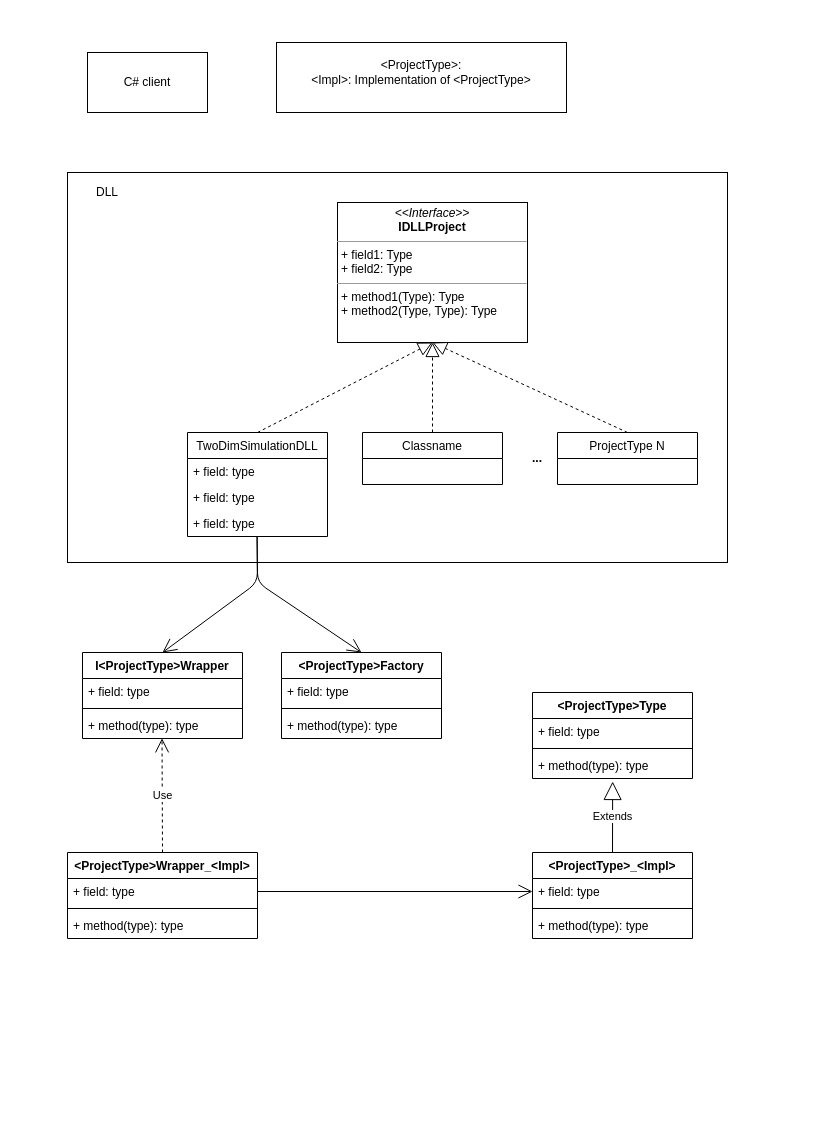
Above: Doc/UML/ClassDiagram/C++ProjectClassDiagram.drawio in cstainsby/ProjectWebApp (draw.io), before the change. Source tidied: cells renumbered, new cells numbered last; positions are measured from the earlier drawing's top-left corner, leaving out a move shared by most shapes. Both pictures are drawn from the tidied source at 100%, with x=0, y=0 at pixel (67, 42).
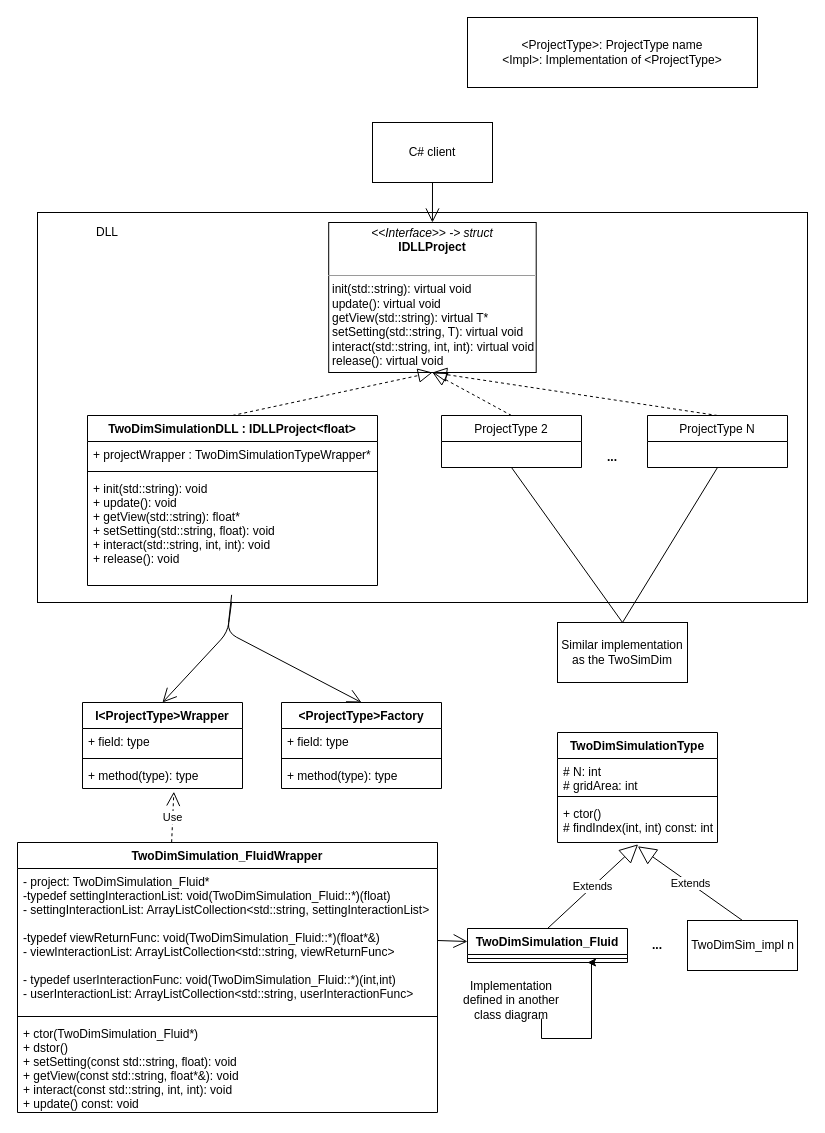
The same page after the edit.

The change refers to these unchanged cells:
```xml
<mxCell id="19" value="+ method(type): type" style="text;strokeColor=none;fillColor=none;align=left;verticalAlign=top;spacingLeft=4;spacingRight=4;overflow=hidden;points=[[0,0.5],[1,0.5]];portConstraint=eastwest;" parent="16" vertex="1">
  <mxGeometry y="60" width="160" height="26" as="geometry" />
</mxCell>
```

Change to the diagram source:
```diff
@@
     <mxCell id="2" value="C# client" style="rounded=0;whiteSpace=wrap;html=1;" parent="1" vertex="1">
-      <mxGeometry x="20" y="10" width="120" height="60" as="geometry" />
+      <mxGeometry x="305" y="80" width="120" height="60" as="geometry" />
     </mxCell>
     <mxCell id="3" style="rounded=0;whiteSpace=wrap;html=1;" parent="1" vertex="1">
-      <mxGeometry y="130" width="660" height="390" as="geometry" />
+      <mxGeometry x="-30" y="170" width="770" height="390" as="geometry" />
     </mxCell>
     <mxCell id="4" value="DLL" style="text;html=1;strokeColor=none;fillColor=none;align=center;verticalAlign=middle;whiteSpace=wrap;rounded=0;" parent="1" vertex="1">
-      <mxGeometry x="20" y="140" width="40" height="20" as="geometry" />
+      <mxGeometry x="20" y="180" width="40" height="20" as="geometry" />
     </mxCell>
-    <mxCell id="5" value="&lt;p style=&quot;margin: 0px ; margin-top: 4px ; text-align: center&quot;&gt;&lt;i&gt;&amp;lt;&amp;lt;Interface&amp;gt;&amp;gt;&lt;/i&gt;&lt;br&gt;&lt;b&gt;IDLLProject&lt;/b&gt;&lt;/p&gt;&lt;hr size=&quot;1&quot;&gt;&lt;p style=&quot;margin: 0px ; margin-left: 4px&quot;&gt;+ field1: Type&lt;br&gt;+ field2: Type&lt;/p&gt;&lt;hr size=&quot;1&quot;&gt;&lt;p style=&quot;margin: 0px ; margin-left: 4px&quot;&gt;+ method1(Type): Type&lt;br&gt;+ method2(Type, Type): Type&lt;/p&gt;" style="verticalAlign=top;align=left;overflow=fill;fontSize=12;fontFamily=Helvetica;html=1;" parent="1" vertex="1">
-      <mxGeometry x="270" y="160" width="190" height="140" as="geometry" />
+    <mxCell id="5" value="&lt;p style=&quot;margin: 0px ; margin-top: 4px ; text-align: center&quot;&gt;&lt;i&gt;&amp;lt;&amp;lt;Interface&amp;gt;&amp;gt; -&amp;gt; struct&lt;/i&gt;&lt;br&gt;&lt;b&gt;IDLLProject&lt;/b&gt;&lt;/p&gt;&lt;br&gt;&lt;hr size=&quot;1&quot;&gt;&lt;p style=&quot;margin: 0px ; margin-left: 4px&quot;&gt;init(std::string): virtual void&lt;br&gt;update(): virtual void&lt;/p&gt;&lt;p style=&quot;margin: 0px ; margin-left: 4px&quot;&gt;getView(std::string): virtual T*&lt;/p&gt;&lt;p style=&quot;margin: 0px ; margin-left: 4px&quot;&gt;setSetting(std::string, T): virtual void&lt;/p&gt;&lt;p style=&quot;margin: 0px ; margin-left: 4px&quot;&gt;interact(std::string, int, int): virtual void&lt;/p&gt;&lt;p style=&quot;margin: 0px ; margin-left: 4px&quot;&gt;release(): virtual void&lt;/p&gt;&lt;p style=&quot;margin: 0px ; margin-left: 4px&quot;&gt;&lt;br&gt;&lt;/p&gt;" style="verticalAlign=top;align=left;overflow=fill;fontSize=12;fontFamily=Helvetica;html=1;" parent="1" vertex="1">
+      <mxGeometry x="261.2" y="180" width="207.5" height="150" as="geometry" />
     </mxCell>
-    <mxCell id="6" value="TwoDimSimulationDLL" style="swimlane;fontStyle=0;horizontal=1;startSize=26;fillColor=none;" parent="1" vertex="1">
-      <mxGeometry x="120" y="390" width="140" height="104" as="geometry" />
-    </mxCell>
-    <mxCell id="7" value="+ field: type" style="text;strokeColor=none;fillColor=none;align=left;verticalAlign=top;spacingLeft=4;spacingRight=4;overflow=hidden;" parent="6" vertex="1">
-      <mxGeometry y="26" width="140" height="26" as="geometry" />
-    </mxCell>
-    <mxCell id="8" value="+ field: type" style="text;strokeColor=none;fillColor=none;align=left;verticalAlign=top;spacingLeft=4;spacingRight=4;overflow=hidden;" parent="6" vertex="1">
-      <mxGeometry y="52" width="140" height="26" as="geometry" />
-    </mxCell>
-    <mxCell id="9" value="+ field: type" style="text;strokeColor=none;fillColor=none;align=left;verticalAlign=top;spacingLeft=4;spacingRight=4;overflow=hidden;points=[[0,0.5],[1,0.5]];portConstraint=eastwest;" parent="6" vertex="1">
-      <mxGeometry y="78" width="140" height="26" as="geometry" />
-    </mxCell>
-    <mxCell id="10" style="endArrow=block;dashed=1;endFill=0;endSize=12;html=1;entryX=0.5;entryY=1;entryDx=0;entryDy=0;exitX=0.5;exitY=0;exitDx=0;exitDy=0;" parent="1" edge="1" source="6" target="5">
+    <mxCell id="10" style="endArrow=block;dashed=1;endFill=0;endSize=12;html=1;entryX=0.5;entryY=1;entryDx=0;entryDy=0;exitX=0.5;exitY=0;exitDx=0;exitDy=0;" parent="1" edge="1" source="47" target="5">
       <mxGeometry relative="1" as="geometry" />
     </mxCell>
-    <mxCell id="11" value="Classname" style="swimlane;fontStyle=0;horizontal=1;startSize=26;fillColor=none;" parent="1" vertex="1">
-      <mxGeometry x="295" y="390" width="140" height="52" as="geometry" />
+    <mxCell id="11" value="ProjectType 2" style="swimlane;fontStyle=0;horizontal=1;startSize=26;fillColor=none;" parent="1" vertex="1">
+      <mxGeometry x="374" y="373" width="140" height="52" as="geometry" />
     </mxCell>
     <mxCell id="12" value="ProjectType N" style="swimlane;fontStyle=0;horizontal=1;startSize=26;fillColor=none;" parent="1" vertex="1">
-      <mxGeometry x="490" y="390" width="140" height="52" as="geometry" />
+      <mxGeometry x="580" y="373" width="140" height="52" as="geometry" />
     </mxCell>
     <mxCell id="13" value="&lt;b&gt;...&lt;/b&gt;" style="text;html=1;strokeColor=none;fillColor=none;align=center;verticalAlign=middle;whiteSpace=wrap;rounded=0;" parent="1" vertex="1">
-      <mxGeometry x="450" y="406" width="40" height="20" as="geometry" />
+      <mxGeometry x="525" y="405" width="40" height="20" as="geometry" />
     </mxCell>
@@
     <mxCell id="16" value="I&lt;ProjectType&gt;Wrapper" style="swimlane;fontStyle=1;align=center;verticalAlign=top;horizontal=1;startSize=26;" parent="1" vertex="1">
-      <mxGeometry x="15" y="610" width="160" height="86" as="geometry" />
+      <mxGeometry x="15" y="660" width="160" height="86" as="geometry" />
     </mxCell>
@@
-    <mxCell id="20" value="&lt;ProjectType&gt;Wrapper_&lt;Impl&gt;" style="swimlane;fontStyle=1;align=center;verticalAlign=top;horizontal=1;startSize=26;" parent="1" vertex="1">
-      <mxGeometry y="810" width="190" height="86" as="geometry" />
+    <mxCell id="20" value="TwoDimSimulation_FluidWrapper" style="swimlane;fontStyle=1;align=center;verticalAlign=top;horizontal=1;startSize=26;" parent="1" vertex="1">
+      <mxGeometry x="-50" y="800" width="420" height="270" as="geometry" />
     </mxCell>
-    <mxCell id="21" value="+ field: type" style="text;strokeColor=none;fillColor=none;align=left;verticalAlign=top;spacingLeft=4;spacingRight=4;overflow=hidden;points=[[0,0.5],[1,0.5]];portConstraint=eastwest;" parent="20" vertex="1">
-      <mxGeometry y="26" width="190" height="26" as="geometry" />
+    <mxCell id="21" value="- project: TwoDimSimulation_Fluid*&#10;-typedef settingInteractionList: void(TwoDimSimulation_Fluid::*)(float)&#10;- settingInteractionList: ArrayListCollection&lt;std::string, settingInteractionList&gt;&#10;&#10;-typedef viewReturnFunc: void(TwoDimSimulation_Fluid::*)(float*&amp;)&#10;- viewInteractionList: ArrayListCollection&lt;std::string, viewReturnFunc&gt;&#10; &#10;- typedef userInteractionFunc: void(TwoDimSimulation_Fluid::*)(int,int)&#10;- userInteractionList: ArrayListCollection&lt;std::string, userInteractionFunc&gt;" style="text;strokeColor=none;fillColor=none;align=left;verticalAlign=top;spacingLeft=4;spacingRight=4;overflow=hidden;points=[[0,0.5],[1,0.5]];portConstraint=eastwest;" parent="20" vertex="1">
+      <mxGeometry y="26" width="420" height="144" as="geometry" />
     </mxCell>
     <mxCell id="22" style="line;strokeWidth=1;fillColor=none;align=left;verticalAlign=middle;spacingTop=-1;spacingLeft=3;spacingRight=3;labelPosition=right;" parent="20" vertex="1">
-      <mxGeometry y="52" width="190" height="8" as="geometry" />
+      <mxGeometry y="170" width="420" height="8" as="geometry" />
     </mxCell>
-    <mxCell id="23" value="+ method(type): type" style="text;strokeColor=none;fillColor=none;align=left;verticalAlign=top;spacingLeft=4;spacingRight=4;overflow=hidden;" parent="20" vertex="1">
-      <mxGeometry y="60" width="190" height="26" as="geometry" />
+    <mxCell id="23" value="+ ctor(TwoDimSimulation_Fluid*)&#10;+ dstor()&#10;+ setSetting(const std::string, float): void&#10;+ getView(const std::string, float*&amp;): void&#10;+ interact(const std::string, int, int): void&#10;+ update() const: void&#10;" style="text;strokeColor=none;fillColor=none;align=left;verticalAlign=top;spacingLeft=4;spacingRight=4;overflow=hidden;" parent="20" vertex="1">
+      <mxGeometry y="178" width="420" height="92" as="geometry" />
     </mxCell>
     <mxCell id="24" style="rounded=0;whiteSpace=wrap;html=1;" parent="1" vertex="1">
-      <mxGeometry x="209" width="290" height="70" as="geometry" />
+      <mxGeometry x="400" y="-25" width="290" height="70" as="geometry" />
     </mxCell>
-    <mxCell id="25" value="&amp;lt;ProjectType&amp;gt;:&lt;br&gt;&amp;lt;Impl&amp;gt;: Implementation of &amp;lt;ProjectType&amp;gt;" style="text;html=1;strokeColor=none;fillColor=none;align=center;verticalAlign=middle;whiteSpace=wrap;rounded=0;" parent="1" vertex="1">
-      <mxGeometry x="194" width="320" height="60" as="geometry" />
+    <mxCell id="25" value="&amp;lt;ProjectType&amp;gt;: ProjectType name&lt;br&gt;&amp;lt;Impl&amp;gt;: Implementation of &amp;lt;ProjectType&amp;gt;" style="text;html=1;strokeColor=none;fillColor=none;align=center;verticalAlign=middle;whiteSpace=wrap;rounded=0;" parent="1" vertex="1">
+      <mxGeometry x="385" y="-20" width="320" height="60" as="geometry" />
     </mxCell>
-    <mxCell id="26" value="&lt;ProjectType&gt;_&lt;Impl&gt;" style="swimlane;fontStyle=1;align=center;verticalAlign=top;horizontal=1;startSize=26;" parent="1" vertex="1">
-      <mxGeometry x="465" y="810" width="160" height="86" as="geometry" />
+    <mxCell id="26" value="TwoDimSimulation_Fluid" style="swimlane;fontStyle=1;align=center;verticalAlign=top;horizontal=1;startSize=26;" parent="1" vertex="1">
+      <mxGeometry x="400" y="886" width="160" height="34" as="geometry" />
     </mxCell>
-    <mxCell id="27" value="+ field: type" style="text;strokeColor=none;fillColor=none;align=left;verticalAlign=top;spacingLeft=4;spacingRight=4;overflow=hidden;points=[[0,0.5],[1,0.5]];portConstraint=eastwest;" parent="26" vertex="1">
-      <mxGeometry y="26" width="160" height="26" as="geometry" />
-    </mxCell>
     <mxCell id="28" style="line;strokeWidth=1;fillColor=none;align=left;verticalAlign=middle;spacingTop=-1;spacingLeft=3;spacingRight=3;labelPosition=right;" parent="26" vertex="1">
-      <mxGeometry y="52" width="160" height="8" as="geometry" />
+      <mxGeometry y="26" width="160" height="8" as="geometry" />
     </mxCell>
-    <mxCell id="29" value="+ method(type): type" style="text;strokeColor=none;fillColor=none;align=left;verticalAlign=top;spacingLeft=4;spacingRight=4;overflow=hidden;" parent="26" vertex="1">
-      <mxGeometry y="60" width="160" height="26" as="geometry" />
-    </mxCell>
     <mxCell id="30" value="&lt;ProjectType&gt;Factory" style="swimlane;fontStyle=1;align=center;verticalAlign=top;horizontal=1;startSize=26;" parent="1" vertex="1">
-      <mxGeometry x="214" y="610" width="160" height="86" as="geometry" />
+      <mxGeometry x="214" y="660" width="160" height="86" as="geometry" />
     </mxCell>
@@
-    <mxCell id="34" value="&lt;ProjectType&gt;Type" style="swimlane;fontStyle=1;align=center;verticalAlign=top;horizontal=1;startSize=26;" parent="1" vertex="1">
-      <mxGeometry x="465" y="650" width="160" height="86" as="geometry" />
+    <mxCell id="34" value="TwoDimSimulationType" style="swimlane;fontStyle=1;align=center;verticalAlign=top;horizontal=1;startSize=26;" parent="1" vertex="1">
+      <mxGeometry x="490" y="690" width="160" height="110" as="geometry" />
     </mxCell>
-    <mxCell id="35" value="+ field: type" style="text;strokeColor=none;fillColor=none;align=left;verticalAlign=top;spacingLeft=4;spacingRight=4;overflow=hidden;" parent="34" vertex="1">
-      <mxGeometry y="26" width="160" height="26" as="geometry" />
+    <mxCell id="35" value="# N: int&#10;# gridArea: int&#10;" style="text;strokeColor=none;fillColor=none;align=left;verticalAlign=top;spacingLeft=4;spacingRight=4;overflow=hidden;" parent="34" vertex="1">
+      <mxGeometry y="26" width="160" height="34" as="geometry" />
     </mxCell>
     <mxCell id="36" style="line;strokeWidth=1;fillColor=none;align=left;verticalAlign=middle;spacingTop=-1;spacingLeft=3;spacingRight=3;labelPosition=right;" parent="34" vertex="1">
-      <mxGeometry y="52" width="160" height="8" as="geometry" />
+      <mxGeometry y="60" width="160" height="8" as="geometry" />
     </mxCell>
-    <mxCell id="37" value="+ method(type): type" style="text;strokeColor=none;fillColor=none;align=left;verticalAlign=top;spacingLeft=4;spacingRight=4;overflow=hidden;points=[[0,0.5],[1,0.5]];portConstraint=eastwest;" parent="34" vertex="1">
-      <mxGeometry y="60" width="160" height="26" as="geometry" />
+    <mxCell id="37" value="+ ctor()&#10;# findIndex(int, int) const: int" style="text;strokeColor=none;fillColor=none;align=left;verticalAlign=top;spacingLeft=4;spacingRight=4;overflow=hidden;points=[[0,0.5],[1,0.5]];portConstraint=eastwest;" parent="34" vertex="1">
+      <mxGeometry y="68" width="160" height="42" as="geometry" />
     </mxCell>
-    <mxCell id="38" style="endArrow=open;endFill=1;endSize=12;html=1;exitX=0.497;exitY=1.008;exitDx=0;exitDy=0;exitPerimeter=0;entryX=0.5;entryY=0;entryDx=0;entryDy=0;" parent="1" edge="1" source="9" target="16">
+    <mxCell id="38" style="endArrow=open;endFill=1;endSize=12;html=1;exitX=0.497;exitY=1.146;exitDx=0;exitDy=0;exitPerimeter=0;entryX=0.5;entryY=0;entryDx=0;entryDy=0;" parent="1" edge="1" source="50" target="16">
       <mxGeometry relative="1" as="geometry">
         <Array as="points">
-          <mxPoint x="190" y="540" />
+          <mxPoint x="160" y="590" />
         </Array>
       </mxGeometry>
     </mxCell>
-    <mxCell id="39" style="endArrow=open;endFill=1;endSize=12;html=1;exitX=0.497;exitY=1.008;exitDx=0;exitDy=0;exitPerimeter=0;entryX=0.5;entryY=0;entryDx=0;entryDy=0;" parent="1" edge="1" source="9" target="30">
+    <mxCell id="39" style="endArrow=open;endFill=1;endSize=12;html=1;exitX=0.497;exitY=1.085;exitDx=0;exitDy=0;exitPerimeter=0;entryX=0.5;entryY=0;entryDx=0;entryDy=0;" parent="1" edge="1" source="50" target="30">
       <mxGeometry relative="1" as="geometry">
         <Array as="points">
-          <mxPoint x="190" y="540" />
+          <mxPoint x="160" y="590" />
         </Array>
       </mxGeometry>
     </mxCell>
-    <mxCell id="40" value="Use" style="endArrow=open;endSize=12;dashed=1;html=1;exitX=0.5;exitY=0;exitDx=0;exitDy=0;entryX=0.497;entryY=0.992;entryDx=0;entryDy=0;entryPerimeter=0;" parent="1" edge="1" source="20" target="19">
+    <mxCell id="40" value="Use" style="endArrow=open;endSize=12;dashed=1;html=1;exitX=0.367;exitY=-0.001;exitDx=0;exitDy=0;entryX=0.571;entryY=1.123;entryDx=0;entryDy=0;entryPerimeter=0;exitPerimeter=0;" parent="1" edge="1" source="20" target="19">
       <mxGeometry relative="1" as="geometry" />
     </mxCell>
-    <mxCell id="41" value="Extends" style="endArrow=block;endSize=16;endFill=0;html=1;exitX=0.5;exitY=0;exitDx=0;exitDy=0;entryX=0.501;entryY=1.115;entryDx=0;entryDy=0;entryPerimeter=0;" parent="1" edge="1" source="26" target="37">
+    <mxCell id="41" value="Extends" style="endArrow=block;endSize=16;endFill=0;html=1;exitX=0.5;exitY=0;exitDx=0;exitDy=0;entryX=0.504;entryY=1.043;entryDx=0;entryDy=0;entryPerimeter=0;" parent="1" edge="1" source="26" target="37">
       <mxGeometry relative="1" as="geometry" />
     </mxCell>
-    <mxCell id="42" style="endArrow=open;endFill=1;endSize=12;html=1;exitX=1;exitY=0.5;exitDx=0;exitDy=0;entryX=0;entryY=0.5;entryDx=0;entryDy=0;" parent="1" edge="1" source="21" target="27">
-      <mxGeometry relative="1" as="geometry" />
+    <mxCell id="42" style="endArrow=open;endFill=1;endSize=12;html=1;exitX=1;exitY=0.5;exitDx=0;exitDy=0;" parent="1" edge="1" source="21">
+      <mxGeometry relative="1" as="geometry">
+        <mxPoint x="400" y="899" as="targetPoint" />
+      </mxGeometry>
     </mxCell>
+    <mxCell id="43" value="Similar implementation as the TwoSimDim" style="rounded=0;whiteSpace=wrap;html=1;" parent="1" vertex="1">
+      <mxGeometry x="490" y="580" width="130" height="60" as="geometry" />
+    </mxCell>
+    <mxCell id="44" style="endArrow=none;html=1;entryX=0.5;entryY=1;entryDx=0;entryDy=0;exitX=0.5;exitY=0;exitDx=0;exitDy=0;" parent="1" edge="1" source="43" target="12">
+      <mxGeometry relative="1" as="geometry" />
+    </mxCell>
+    <mxCell id="45" style="endArrow=none;html=1;entryX=0.5;entryY=1;entryDx=0;entryDy=0;exitX=0.5;exitY=0;exitDx=0;exitDy=0;" parent="1" edge="1" source="43" target="11">
+      <mxGeometry relative="1" as="geometry" />
+    </mxCell>
+    <mxCell id="46" style="endArrow=open;endFill=1;endSize=12;html=1;entryX=0.5;entryY=0;entryDx=0;entryDy=0;exitX=0.5;exitY=1;exitDx=0;exitDy=0;" parent="1" edge="1" source="2" target="5">
+      <mxGeometry relative="1" as="geometry" />
+    </mxCell>
+    <mxCell id="47" value="TwoDimSimulationDLL : IDLLProject&lt;float&gt;" style="swimlane;fontStyle=1;align=center;verticalAlign=top;horizontal=1;startSize=26;" parent="1" vertex="1">
+      <mxGeometry x="20" y="373" width="290" height="170" as="geometry" />
+    </mxCell>
+    <mxCell id="48" value="+ projectWrapper : TwoDimSimulationTypeWrapper*" style="text;strokeColor=none;fillColor=none;align=left;verticalAlign=top;spacingLeft=4;spacingRight=4;overflow=hidden;" parent="47" vertex="1">
+      <mxGeometry y="26" width="290" height="26" as="geometry" />
+    </mxCell>
+    <mxCell id="49" style="line;strokeWidth=1;fillColor=none;align=left;verticalAlign=middle;spacingTop=-1;spacingLeft=3;spacingRight=3;labelPosition=right;" parent="47" vertex="1">
+      <mxGeometry y="52" width="290" height="8" as="geometry" />
+    </mxCell>
+    <mxCell id="50" value="+ init(std::string): void&#10;+ update(): void&#10;+ getView(std::string): float*&#10;+ setSetting(std::string, float): void&#10;+ interact(std::string, int, int): void&#10;+ release(): void" style="text;strokeColor=none;fillColor=none;align=left;verticalAlign=top;spacingLeft=4;spacingRight=4;overflow=hidden;points=[[0,0.5],[1,0.5]];portConstraint=eastwest;" parent="47" vertex="1">
+      <mxGeometry y="60" width="290" height="110" as="geometry" />
+    </mxCell>
+    <mxCell id="51" style="edgeStyle=orthogonalEdgeStyle;rounded=0;jettySize=auto;html=1;entryX=0.75;entryY=1;entryDx=0;entryDy=0;exitX=0.75;exitY=1;exitDx=0;exitDy=0;" parent="1" edge="1" source="52" target="26">
+      <mxGeometry relative="1" as="geometry" />
+    </mxCell>
+    <mxCell id="52" value="Implementation defined in another class diagram" style="text;html=1;strokeColor=none;fillColor=none;align=center;verticalAlign=middle;whiteSpace=wrap;rounded=0;" parent="1" vertex="1">
+      <mxGeometry x="384" y="940" width="120" height="36" as="geometry" />
+    </mxCell>
+    <mxCell id="53" value="TwoDimSim_impl n" style="html=1;" parent="1" vertex="1">
+      <mxGeometry x="620" y="878" width="110" height="50" as="geometry" />
+    </mxCell>
+    <mxCell id="54" value="..." style="text;html=1;strokeColor=none;fillColor=none;align=center;verticalAlign=middle;whiteSpace=wrap;rounded=0;fontStyle=1;" parent="1" vertex="1">
+      <mxGeometry x="570" y="893" width="40" height="20" as="geometry" />
+    </mxCell>
+    <mxCell id="55" value="Extends" style="endArrow=block;endSize=16;endFill=0;html=1;entryX=0.502;entryY=1.09;entryDx=0;entryDy=0;entryPerimeter=0;exitX=0.5;exitY=0;exitDx=0;exitDy=0;" parent="1" edge="1" source="53" target="37">
+      <mxGeometry relative="1" as="geometry" />
+    </mxCell>
```
